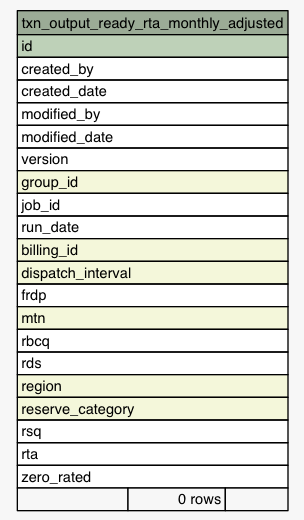
The Graphviz diagram Data/settlement/diagrams/summary/txn_output_ready_rta_monthly_adjusted.1degree.png in eyana-m/python-data-dictionary-writer, before a commit. Its source is kept beside it as Data/settlement/diagrams/summary/txn_output_ready_rta_monthly_adjusted.1degree.dot.
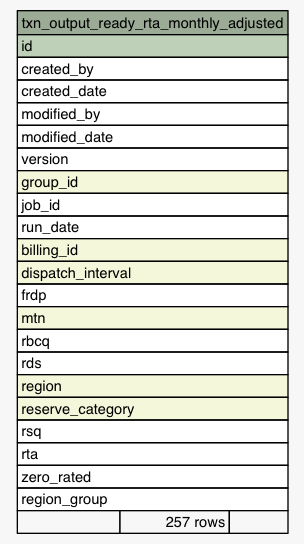
After the commit.

What changed in the source:
```diff
@@ -39,7 +39,8 @@
       <TR><TD PORT="rsq" COLSPAN="3" ALIGN="LEFT">rsq</TD></TR>
       <TR><TD PORT="rta" COLSPAN="3" ALIGN="LEFT">rta</TD></TR>
       <TR><TD PORT="zero_rated" COLSPAN="3" ALIGN="LEFT">zero_rated</TD></TR>
-      <TR><TD ALIGN="LEFT" BGCOLOR="#f7f7f7">  </TD><TD ALIGN="RIGHT" BGCOLOR="#f7f7f7">0 rows</TD><TD ALIGN="RIGHT" BGCOLOR="#f7f7f7">  </TD></TR>
+      <TR><TD PORT="region_group" COLSPAN="3" ALIGN="LEFT">region_group</TD></TR>
+      <TR><TD ALIGN="LEFT" BGCOLOR="#f7f7f7">  </TD><TD ALIGN="RIGHT" BGCOLOR="#f7f7f7">257 rows</TD><TD ALIGN="RIGHT" BGCOLOR="#f7f7f7">  </TD></TR>
     </TABLE>>
     URL="tables/txn_output_ready_rta_monthly_adjusted.html"
     tooltip="txn_output_ready_rta_monthly_adjusted"
```
